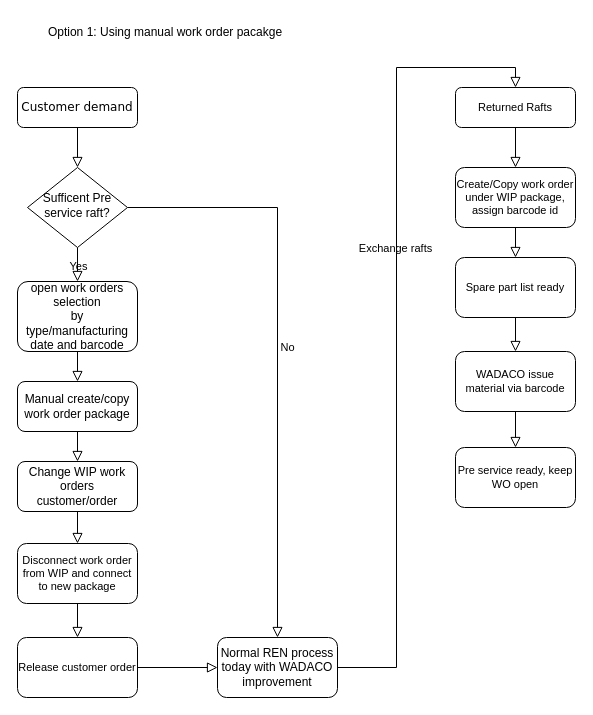
This is Using shoporder.drawio from styauk/hello-world, a draw.io file, before an edit. Source tidied: cells renumbered, new cells numbered last; positions are measured from the earlier drawing's top-left corner, leaving out a move shared by most shapes. Both pictures are drawn from the tidied source at 100%, with x=0, y=0 at pixel (17, 17).
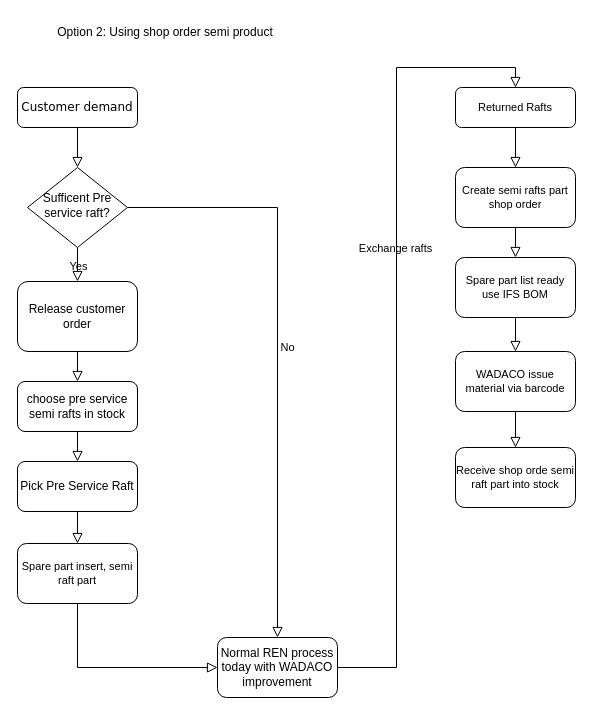
Above is the later version.

Unchanged cells that the change refers to:
```xml
<mxCell id="21" value="&lt;span style=&quot;font-size: 12px;&quot;&gt;Normal REN process today with WADACO improvement&lt;/span&gt;" style="whiteSpace=wrap;html=1;fontSize=11;rounded=1;labelBackgroundColor=none;" parent="1" vertex="1">
  <mxGeometry x="200" y="620" width="120" height="60" as="geometry" />
</mxCell>
```

Diff of the diagram source:
```diff
@@
-    <mxCell id="8" value="Option 1: Using manual work order pacakge" style="text;strokeColor=none;align=center;fillColor=none;html=1;verticalAlign=middle;whiteSpace=wrap;rounded=0;" parent="1" vertex="1">
+    <mxCell id="8" value="Option 2: Using shop order semi product" style="text;strokeColor=none;align=center;fillColor=none;html=1;verticalAlign=middle;whiteSpace=wrap;rounded=0;" parent="1" vertex="1">
       <mxGeometry x="23" width="250" height="30" as="geometry" />
     </mxCell>
-    <mxCell id="9" value="open work orders selection&lt;div&gt;by type/manufacturing date and barcode&lt;/div&gt;" style="rounded=1;whiteSpace=wrap;html=1;" parent="1" vertex="1">
+    <mxCell id="9" value="Release customer order" style="rounded=1;whiteSpace=wrap;html=1;" parent="1" vertex="1">
       <mxGeometry y="264" width="120" height="70" as="geometry" />
     </mxCell>
@@
-    <mxCell id="11" value="Manual create/copy work order package" style="rounded=1;whiteSpace=wrap;html=1;" parent="1" vertex="1">
+    <mxCell id="11" value="choose pre service semi rafts in stock" style="rounded=1;whiteSpace=wrap;html=1;" parent="1" vertex="1">
       <mxGeometry y="364" width="120" height="50" as="geometry" />
     </mxCell>
@@
-    <mxCell id="14" value="Change WIP work orders customer/order" style="rounded=1;whiteSpace=wrap;html=1;" parent="1" vertex="1">
+    <mxCell id="14" value="Pick Pre Service Raft" style="rounded=1;whiteSpace=wrap;html=1;" parent="1" vertex="1">
       <mxGeometry y="444" width="120" height="50" as="geometry" />
     </mxCell>
-    <mxCell id="15" style="edgeStyle=orthogonalEdgeStyle;shape=connector;rounded=0;jettySize=auto;html=1;exitX=0.5;exitY=1;exitDx=0;exitDy=0;entryX=0.5;entryY=0;entryDx=0;entryDy=0;shadow=0;strokeColor=default;strokeWidth=1;align=center;verticalAlign=middle;fontFamily=Helvetica;fontSize=11;fontColor=default;labelBackgroundColor=none;endArrow=block;endFill=0;endSize=8;" parent="1" edge="1" source="16" target="18">
+    <mxCell id="15" style="edgeStyle=orthogonalEdgeStyle;shape=connector;rounded=0;jettySize=auto;html=1;exitX=0.5;exitY=1;exitDx=0;exitDy=0;entryX=0;entryY=0.5;entryDx=0;entryDy=0;shadow=0;strokeColor=default;strokeWidth=1;align=center;verticalAlign=middle;fontFamily=Helvetica;fontSize=11;fontColor=default;labelBackgroundColor=none;endArrow=block;endFill=0;endSize=8;" parent="1" edge="1" source="16" target="21">
       <mxGeometry relative="1" as="geometry" />
     </mxCell>
-    <mxCell id="16" value="Disconnect work order from WIP and connect to new package" style="rounded=1;whiteSpace=wrap;html=1;fontFamily=Helvetica;fontSize=11;fontColor=default;labelBackgroundColor=none;" parent="1" vertex="1">
+    <mxCell id="16" value="Spare part insert, semi raft part" style="rounded=1;whiteSpace=wrap;html=1;fontFamily=Helvetica;fontSize=11;fontColor=default;labelBackgroundColor=none;" parent="1" vertex="1">
       <mxGeometry y="526" width="120" height="60" as="geometry" />
     </mxCell>
-    <mxCell id="17" style="edgeStyle=orthogonalEdgeStyle;shape=connector;rounded=0;jettySize=auto;html=1;shadow=0;strokeColor=default;strokeWidth=1;align=center;verticalAlign=middle;fontFamily=Helvetica;fontSize=11;fontColor=default;labelBackgroundColor=none;endArrow=block;endFill=0;endSize=8;" parent="1" edge="1" source="18" target="21">
-      <mxGeometry relative="1" as="geometry" />
-    </mxCell>
-    <mxCell id="18" value="Release customer order" style="rounded=1;whiteSpace=wrap;html=1;fontFamily=Helvetica;fontSize=11;fontColor=default;labelBackgroundColor=none;" parent="1" vertex="1">
-      <mxGeometry y="620" width="120" height="60" as="geometry" />
-    </mxCell>
@@
-    <mxCell id="25" value="Create/Copy work order under WIP package, assign barcode id" style="rounded=1;whiteSpace=wrap;html=1;align=center;verticalAlign=middle;fontFamily=Helvetica;fontSize=11;fontColor=default;labelBackgroundColor=none;fillColor=none;gradientColor=none;" parent="1" vertex="1">
+    <mxCell id="25" value="Create semi rafts part shop order" style="rounded=1;whiteSpace=wrap;html=1;align=center;verticalAlign=middle;fontFamily=Helvetica;fontSize=11;fontColor=default;labelBackgroundColor=none;fillColor=none;gradientColor=none;" parent="1" vertex="1">
       <mxGeometry x="438" y="150" width="120" height="60" as="geometry" />
     </mxCell>
@@
-    <mxCell id="27" value="Spare part list ready" style="rounded=1;whiteSpace=wrap;html=1;align=center;verticalAlign=middle;fontFamily=Helvetica;fontSize=11;fontColor=default;labelBackgroundColor=none;fillColor=none;gradientColor=none;" parent="1" vertex="1">
+    <mxCell id="27" value="Spare part list ready&lt;div&gt;use IFS BOM&lt;/div&gt;" style="rounded=1;whiteSpace=wrap;html=1;align=center;verticalAlign=middle;fontFamily=Helvetica;fontSize=11;fontColor=default;labelBackgroundColor=none;fillColor=none;gradientColor=none;" parent="1" vertex="1">
       <mxGeometry x="438" y="240" width="120" height="60" as="geometry" />
     </mxCell>
@@
-    <mxCell id="30" value="Pre service ready, keep WO open" style="rounded=1;whiteSpace=wrap;html=1;align=center;verticalAlign=middle;fontFamily=Helvetica;fontSize=11;fontColor=default;labelBackgroundColor=none;fillColor=none;gradientColor=none;" parent="1" vertex="1">
+    <mxCell id="30" value="Receive shop orde semi raft part into stock" style="rounded=1;whiteSpace=wrap;html=1;align=center;verticalAlign=middle;fontFamily=Helvetica;fontSize=11;fontColor=default;labelBackgroundColor=none;fillColor=none;gradientColor=none;" parent="1" vertex="1">
       <mxGeometry x="438" y="430" width="120" height="60" as="geometry" />
     </mxCell>
```
